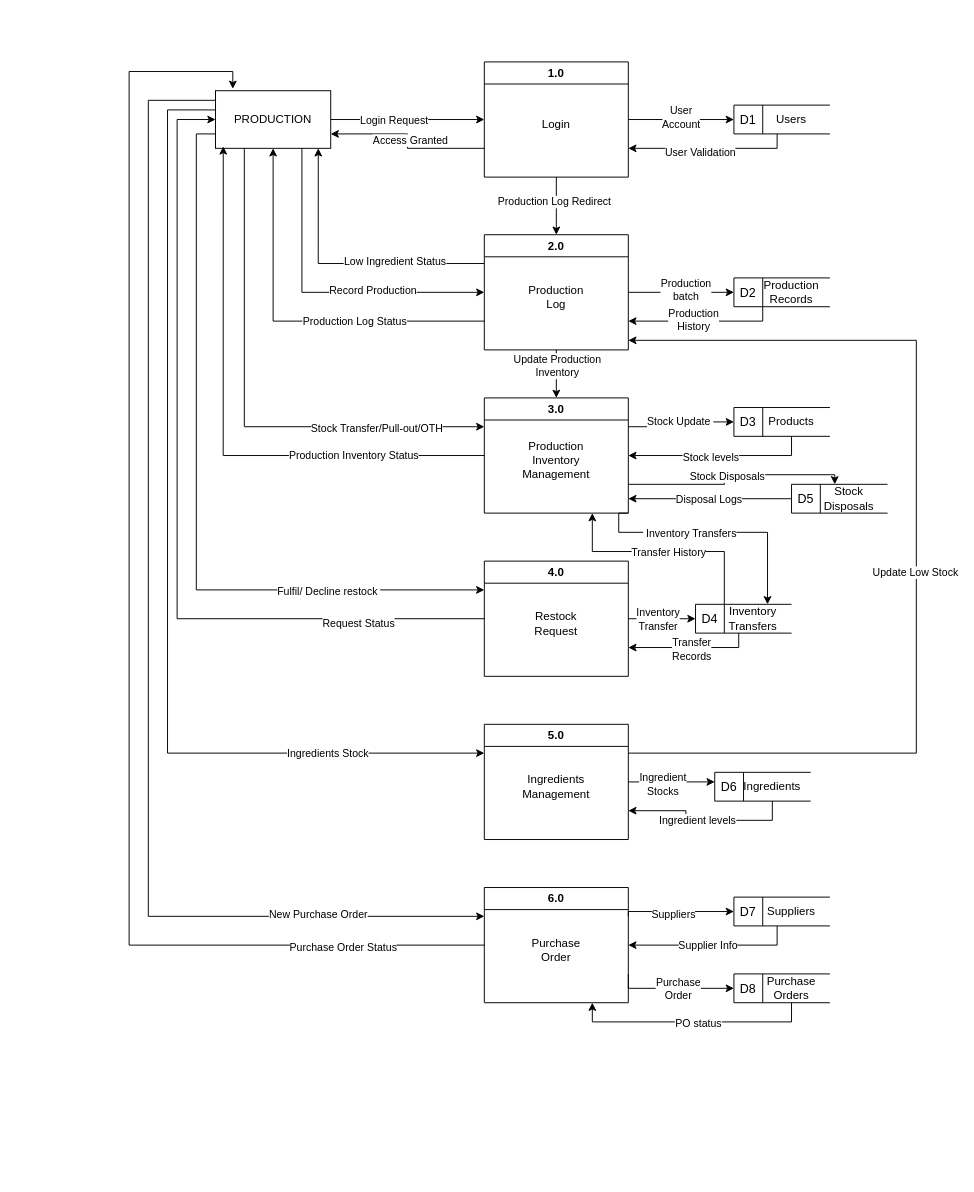
The draw.io diagram Untitled Diagram.drawio in dharmatown/bakery_DFDs, before the edit. Source tidied: cells renumbered, new cells numbered last; positions are measured from the earlier drawing's top-left corner, leaving out a move shared by most shapes. Both pictures are drawn from the tidied source at 96%, with x=0, y=0 at pixel (129, 61).
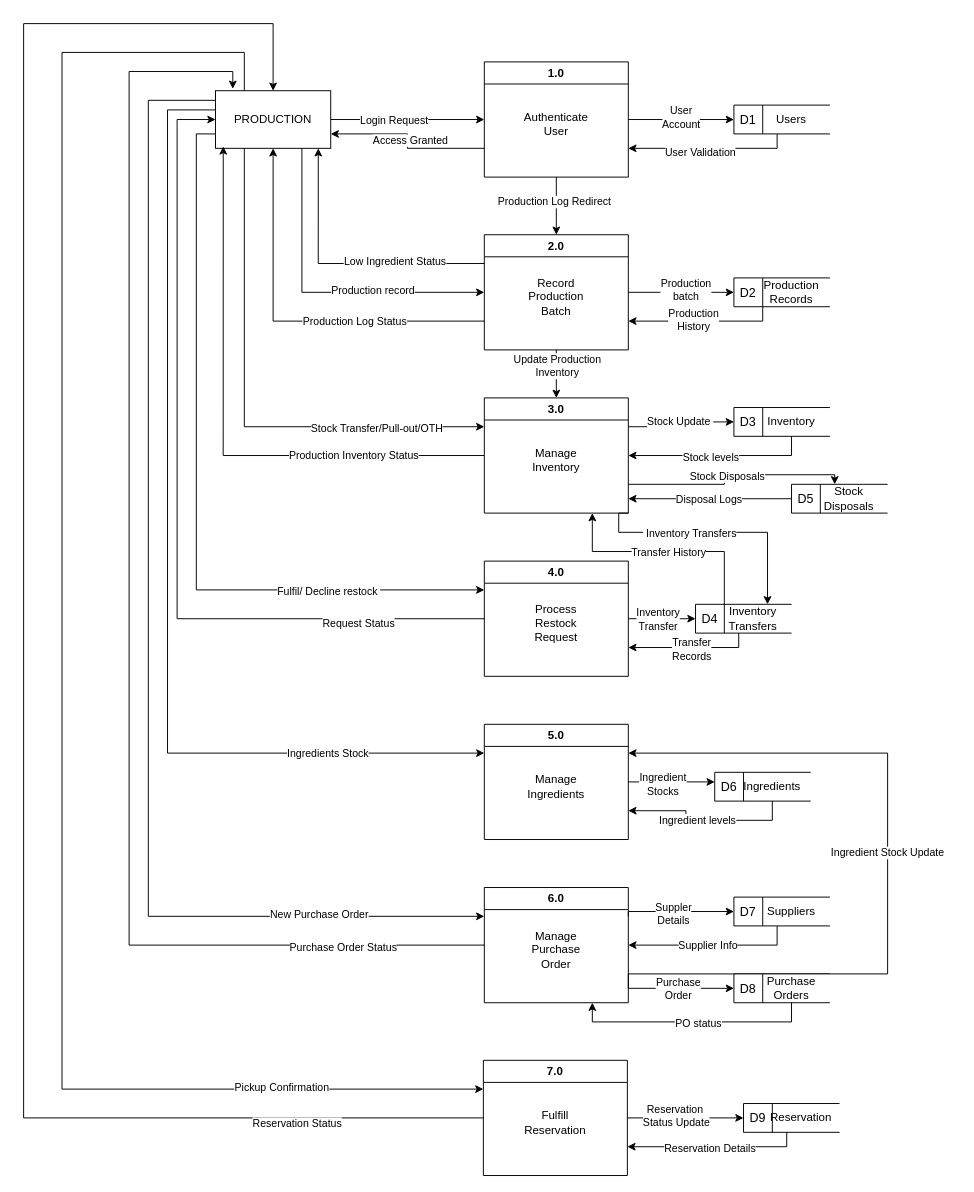
The same diagram, later.

Unchanged cells that the change refers to:
```xml
<mxCell id="3" style="rounded=0;whiteSpace=wrap;html=1;" parent="2" vertex="1">
  <mxGeometry width="120" height="60" as="geometry" />
</mxCell>
<mxCell id="11" value="1.0" style="swimlane;whiteSpace=wrap;html=1;" parent="1" vertex="1">
  <mxGeometry x="370" width="150" height="120" as="geometry" />
</mxCell>
<mxCell id="27" value="2.0" style="swimlane;whiteSpace=wrap;html=1;" parent="1" vertex="1">
  <mxGeometry x="370" y="180" width="150" height="120" as="geometry" />
</mxCell>
<mxCell id="29" style="edgeStyle=orthogonalEdgeStyle;rounded=0;jettySize=auto;html=1;exitX=0.75;exitY=1;exitDx=0;exitDy=0;entryX=0;entryY=0.5;entryDx=0;entryDy=0;" parent="1" edge="1" source="3" target="27">
  <mxGeometry relative="1" as="geometry" />
</mxCell>
<mxCell id="42" value="3.0" style="swimlane;whiteSpace=wrap;html=1;" parent="1" vertex="1">
  <mxGeometry x="370" y="350" width="150" height="120" as="geometry" />
</mxCell>
<mxCell id="52" style="group;" parent="50" vertex="1">
  <mxGeometry width="90" height="30" as="geometry" />
</mxCell>
<mxCell id="61" value="4.0" style="swimlane;whiteSpace=wrap;html=1;startSize=23;" parent="1" vertex="1">
  <mxGeometry x="370" y="520" width="150" height="120" as="geometry" />
</mxCell>
<mxCell id="80" value="5.0" style="swimlane;whiteSpace=wrap;html=1;startSize=23;" parent="1" vertex="1">
  <mxGeometry x="370" y="690" width="150" height="120" as="geometry" />
</mxCell>
<mxCell id="98" style="edgeStyle=orthogonalEdgeStyle;rounded=0;jettySize=auto;html=1;exitX=1;exitY=0.25;exitDx=0;exitDy=0;entryX=0;entryY=0.5;entryDx=0;entryDy=0;" parent="1" edge="1" source="104" target="111">
  <mxGeometry relative="1" as="geometry">
    <Array as="points">
      <mxPoint x="520" y="885" />
    </Array>
  </mxGeometry>
</mxCell>
<mxCell id="104" value="6.0" style="swimlane;whiteSpace=wrap;html=1;startSize=23;" parent="1" vertex="1">
  <mxGeometry x="370" y="860" width="150" height="120" as="geometry" />
</mxCell>
```

Diff of the diagram source:
```diff
@@
-    <mxCell id="12" value="Login" style="text;html=1;whiteSpace=wrap;strokeColor=none;fillColor=none;align=center;verticalAlign=middle;rounded=0;" parent="11" vertex="1">
+    <mxCell id="12" value="Authenticate User" style="text;html=1;whiteSpace=wrap;strokeColor=none;fillColor=none;align=center;verticalAlign=middle;rounded=0;" parent="11" vertex="1">
       <mxGeometry x="45" y="50" width="60" height="30" as="geometry" />
     </mxCell>
@@
-    <mxCell id="28" value="Production Log" style="text;html=1;whiteSpace=wrap;strokeColor=none;fillColor=none;align=center;verticalAlign=middle;rounded=0;" parent="27" vertex="1">
+    <mxCell id="28" value="Record Production Batch" style="text;html=1;whiteSpace=wrap;strokeColor=none;fillColor=none;align=center;verticalAlign=middle;rounded=0;" parent="27" vertex="1">
       <mxGeometry x="45" y="50" width="60" height="30" as="geometry" />
     </mxCell>
@@
-    <mxCell id="30" value="Record Production" style="edgeLabel;html=1;align=center;verticalAlign=middle;" parent="29" vertex="1">
+    <mxCell id="30" value="Production record" style="edgeLabel;html=1;align=center;verticalAlign=middle;" parent="29" vertex="1">
       <mxGeometry x="0.31" y="3" relative="1" as="geometry" />
     </mxCell>
@@
-    <mxCell id="43" value="Production&lt;div&gt;Inventory&lt;/div&gt;&lt;div&gt;Management&lt;/div&gt;" style="text;html=1;whiteSpace=wrap;strokeColor=none;fillColor=none;align=center;verticalAlign=middle;rounded=0;" parent="42" vertex="1">
+    <mxCell id="43" value="Manage Inventory" style="text;html=1;whiteSpace=wrap;strokeColor=none;fillColor=none;align=center;verticalAlign=middle;rounded=0;" parent="42" vertex="1">
       <mxGeometry x="45" y="50" width="60" height="30" as="geometry" />
     </mxCell>
@@
-    <mxCell id="54" value="Products" style="text;html=1;whiteSpace=wrap;strokeColor=none;fillColor=none;align=center;verticalAlign=middle;rounded=0;" parent="52" vertex="1">
+    <mxCell id="54" value="Inventory" style="text;html=1;whiteSpace=wrap;strokeColor=none;fillColor=none;align=center;verticalAlign=middle;rounded=0;" parent="52" vertex="1">
       <mxGeometry x="30" width="60" height="30" as="geometry" />
     </mxCell>
@@
-    <mxCell id="62" value="Restock Request" style="text;html=1;whiteSpace=wrap;strokeColor=none;fillColor=none;align=center;verticalAlign=middle;rounded=0;" parent="61" vertex="1">
+    <mxCell id="62" value="Process Restock Request" style="text;html=1;whiteSpace=wrap;strokeColor=none;fillColor=none;align=center;verticalAlign=middle;rounded=0;" parent="61" vertex="1">
       <mxGeometry x="45" y="50" width="60" height="30" as="geometry" />
     </mxCell>
@@
-    <mxCell id="78" style="edgeStyle=orthogonalEdgeStyle;rounded=0;jettySize=auto;html=1;exitX=1;exitY=0.25;exitDx=0;exitDy=0;" parent="1" edge="1" source="80">
-      <mxGeometry relative="1" as="geometry">
-        <mxPoint x="520" y="290" as="targetPoint" />
-        <Array as="points">
-          <mxPoint x="820" y="720" />
-          <mxPoint x="820" y="290" />
-        </Array>
-      </mxGeometry>
-    </mxCell>
-    <mxCell id="79" value="Update Low Stock" style="edgeLabel;html=1;align=center;verticalAlign=middle;" parent="78" vertex="1">
-      <mxGeometry x="-0.05" y="2" relative="1" as="geometry" />
-    </mxCell>
@@
-    <mxCell id="81" value="Ingredients&lt;div&gt;Management&lt;/div&gt;" style="text;html=1;whiteSpace=wrap;strokeColor=none;fillColor=none;align=center;verticalAlign=middle;rounded=0;" parent="80" vertex="1">
+    <mxCell id="81" value="Manage Ingredients" style="text;html=1;whiteSpace=wrap;strokeColor=none;fillColor=none;align=center;verticalAlign=middle;rounded=0;" parent="80" vertex="1">
       <mxGeometry x="45" y="50" width="60" height="30" as="geometry" />
     </mxCell>
@@
-    <mxCell id="99" value="Suppliers" style="edgeLabel;html=1;align=center;verticalAlign=middle;" parent="98" vertex="1">
+    <mxCell id="99" value="Suppler&lt;div&gt;Details&lt;/div&gt;" style="edgeLabel;html=1;align=center;verticalAlign=middle;" parent="98" vertex="1">
       <mxGeometry x="-0.11" y="-2" relative="1" as="geometry" />
     </mxCell>
@@
+    <mxCell id="122" style="edgeStyle=orthogonalEdgeStyle;rounded=0;jettySize=auto;html=1;exitX=1;exitY=0.75;exitDx=0;exitDy=0;entryX=1;entryY=0.25;entryDx=0;entryDy=0;" parent="1" edge="1" source="104" target="80">
+      <mxGeometry relative="1" as="geometry">
+        <Array as="points">
+          <mxPoint x="790.1" y="950.1" />
+          <mxPoint x="790.1" y="720.1" />
+        </Array>
+      </mxGeometry>
+    </mxCell>
+    <mxCell id="123" value="Ingredient Stock Update" style="edgeLabel;html=1;align=center;verticalAlign=middle;" parent="122" vertex="1">
+      <mxGeometry x="0.03" y="1" relative="1" as="geometry" />
+    </mxCell>
@@
-    <mxCell id="105" value="Purchase Order" style="text;html=1;whiteSpace=wrap;strokeColor=none;fillColor=none;align=center;verticalAlign=middle;rounded=0;" parent="104" vertex="1">
+    <mxCell id="105" value="Manage Purchase Order" style="text;html=1;whiteSpace=wrap;strokeColor=none;fillColor=none;align=center;verticalAlign=middle;rounded=0;" parent="104" vertex="1">
       <mxGeometry x="45" y="50" width="60" height="30" as="geometry" />
     </mxCell>
@@
+    <mxCell id="124" style="edgeStyle=orthogonalEdgeStyle;rounded=0;jettySize=auto;html=1;exitX=1;exitY=0.5;exitDx=0;exitDy=0;entryX=0;entryY=0.5;entryDx=0;entryDy=0;" parent="1" edge="1" source="128" target="133">
+      <mxGeometry relative="1" as="geometry" />
+    </mxCell>
+    <mxCell id="125" value="Reservation&amp;nbsp;&lt;div&gt;Status Update&lt;/div&gt;" style="edgeLabel;html=1;align=center;verticalAlign=middle;" parent="124" vertex="1">
+      <mxGeometry x="-0.19" y="3" relative="1" as="geometry">
+        <mxPoint x="1" as="offset" />
+      </mxGeometry>
+    </mxCell>
+    <mxCell id="126" style="edgeStyle=orthogonalEdgeStyle;rounded=0;jettySize=auto;html=1;exitX=0;exitY=0.5;exitDx=0;exitDy=0;entryX=0.5;entryY=0;entryDx=0;entryDy=0;" parent="1" edge="1" source="128" target="3">
+      <mxGeometry relative="1" as="geometry">
+        <Array as="points">
+          <mxPoint x="-109.9" y="1100.1" />
+          <mxPoint x="-109.9" y="-39.9" />
+          <mxPoint x="150.1" y="-39.9" />
+        </Array>
+      </mxGeometry>
+    </mxCell>
+    <mxCell id="127" value="Reservation Status" style="edgeLabel;html=1;align=center;verticalAlign=middle;" parent="126" vertex="1">
+      <mxGeometry x="-0.8" y="5" relative="1" as="geometry" />
+    </mxCell>
+    <mxCell id="128" value="7.0" style="swimlane;whiteSpace=wrap;html=1;startSize=23;" parent="1" vertex="1">
+      <mxGeometry x="369" y="1040" width="150" height="120" as="geometry" />
+    </mxCell>
+    <mxCell id="129" value="Fulfill Reservation" style="text;html=1;whiteSpace=wrap;strokeColor=none;fillColor=none;align=center;verticalAlign=middle;rounded=0;" parent="128" vertex="1">
+      <mxGeometry x="45" y="50" width="60" height="30" as="geometry" />
+    </mxCell>
+    <mxCell id="130" style="group;" parent="1" vertex="1">
+      <mxGeometry x="640" y="1085" width="100" height="30" as="geometry" />
+    </mxCell>
+    <mxCell id="131" style="html=1;dashed=0;whiteSpace=wrap;shape=mxgraph.dfd.dataStoreID;align=left;spacingLeft=3;" parent="130" vertex="1">
+      <mxGeometry width="100" height="30" as="geometry" />
+    </mxCell>
+    <mxCell id="132" style="group;" parent="130" vertex="1">
+      <mxGeometry width="90" height="30" as="geometry" />
+    </mxCell>
+    <mxCell id="133" value="&lt;span style=&quot;font-size: 13px;&quot;&gt;D9&lt;/span&gt;" style="text;html=1;whiteSpace=wrap;strokeColor=none;fillColor=none;align=center;verticalAlign=middle;rounded=0;" parent="132" vertex="1">
+      <mxGeometry y="5" width="30" height="20" as="geometry" />
+    </mxCell>
+    <mxCell id="134" value="Reservation" style="text;html=1;whiteSpace=wrap;strokeColor=none;fillColor=none;align=center;verticalAlign=middle;rounded=0;" parent="132" vertex="1">
+      <mxGeometry x="30" width="60" height="30" as="geometry" />
+    </mxCell>
+    <mxCell id="135" style="edgeStyle=orthogonalEdgeStyle;rounded=0;jettySize=auto;html=1;exitX=0.25;exitY=0;exitDx=0;exitDy=0;entryX=0;entryY=0.25;entryDx=0;entryDy=0;" parent="1" edge="1" source="3" target="128">
+      <mxGeometry relative="1" as="geometry">
+        <Array as="points">
+          <mxPoint x="120.1" y="-9.9" />
+          <mxPoint x="-69.9" y="-9.9" />
+          <mxPoint x="-69.9" y="1070.1" />
+        </Array>
+      </mxGeometry>
+    </mxCell>
+    <mxCell id="136" value="Pickup Confirmation" style="edgeLabel;html=1;align=center;verticalAlign=middle;" parent="135" vertex="1">
+      <mxGeometry x="0.76" y="3" relative="1" as="geometry">
+        <mxPoint x="-1" as="offset" />
+      </mxGeometry>
+    </mxCell>
+    <mxCell id="137" style="edgeStyle=orthogonalEdgeStyle;rounded=0;jettySize=auto;html=1;exitX=0.25;exitY=1;exitDx=0;exitDy=0;entryX=1;entryY=0.75;entryDx=0;entryDy=0;" parent="1" edge="1" source="134" target="128">
+      <mxGeometry relative="1" as="geometry">
+        <Array as="points">
+          <mxPoint x="685" y="1130.1" />
+        </Array>
+      </mxGeometry>
+    </mxCell>
+    <mxCell id="138" value="Reservation Details" style="edgeLabel;html=1;align=center;verticalAlign=middle;" parent="137" vertex="1">
+      <mxGeometry x="0.06" y="1" relative="1" as="geometry" />
+    </mxCell>
```
